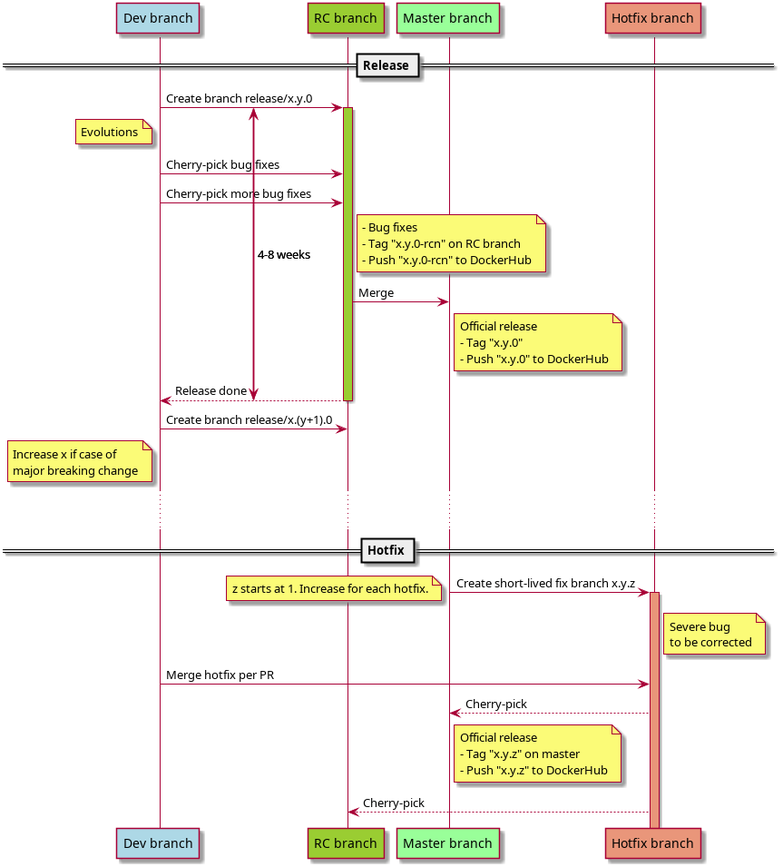
DefectDojo/django-DefectDojo keeps this PlantUML diagram as doc/branching_model.png. Above is the earlier version.
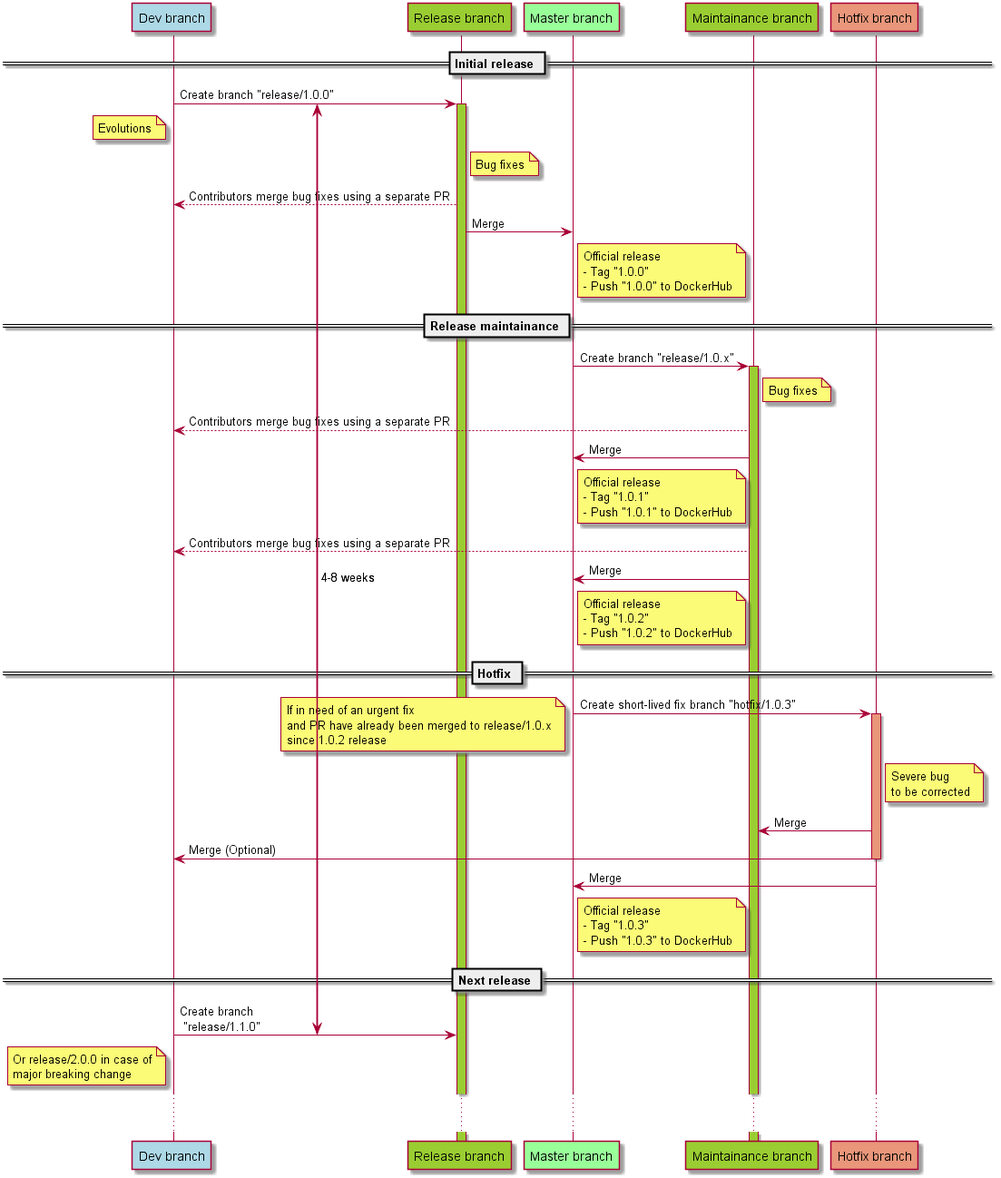
The same file after the commit.

Commit message:
change release flow so that moderators needs to merge rather than che… (#2494)

Diff of the diagram source:
```diff
@@ -1,13 +1,14 @@
 @startuml
 !pragma teoz true
 
-== Release ==
+== Initial release ==
 participant "Dev branch" as devbranch order 10 #LightBlue
-participant "RC branch" as rcbranch order 20 #YellowGreen
+participant "Release branch" as rlsbranch order 20 #YellowGreen
 participant "Master branch" as master order 30 #99FF99
+participant "Maintainance branch" as maintainbranch order 40 #YellowGreen
 participant "Hotfix branch" as hotbranch order 40 #DarkSalmon
 
-{startrc} devbranch -> rcbranch ++ #YellowGreen: Create branch release/x.y.0
+{startrc} devbranch -> rlsbranch ++ #YellowGreen: Create branch "release/1.0.0"
 
 
 note left of devbranch
@@ -15,54 +16,80 @@
 end note
 
 
-rcbranch <- devbranch: Cherry-pick bug fixes
-rcbranch <- devbranch: Cherry-pick more bug fixes
+note right of rlsbranch
+  Bug fixes
+end note
+
+rlsbranch --> devbranch: Contributors merge bug fixes using a separate PR
 
 
-note right of rcbranch
-  - Bug fixes
-  - Tag "x.y.0-rcn" on RC branch
-  - Push "x.y.0-rcn" to DockerHub
+
+rlsbranch -> master: Merge
+note right of master
+    Official release
+    - Tag "1.0.0"
+    - Push "1.0.0" to DockerHub
 end note
 
+== Release maintainance ==
+master -> maintainbranch ++ #YellowGreen: Create branch "release/1.0.x"
 
-rcbranch -> master: Merge
+note right of maintainbranch
+  Bug fixes
+end note
+
+maintainbranch --> devbranch: Contributors merge bug fixes using a separate PR
+
+
+maintainbranch -> master: Merge
 note right of master
     Official release
-    - Tag "x.y.0"
-    - Push "x.y.0" to DockerHub
+    - Tag "1.0.1"
+    - Push "1.0.1" to DockerHub
 end note
 
-{endrc} rcbranch --> devbranch --: Release done
+maintainbranch --> devbranch: Contributors merge bug fixes using a separate PR
 
-devbranch -> rcbranch: Create branch release/x.(y+1).0
-note left of devbranch
-  Increase x if case of
-  major breaking change
+maintainbranch -> master: Merge
+note right of master
+    Official release
+    - Tag "1.0.2"
+    - Push "1.0.2" to DockerHub
 end note
-
-
-... ...
-{startrc} <-> {endrc}: 4-8 weeks
 
 == Hotfix ==
 
-master -> hotbranch ++ #DarkSalmon: Create short-lived fix branch x.y.z
+master -> hotbranch ++ #DarkSalmon: Create short-lived fix branch "hotfix/1.0.3"
 note left
-z starts at 1. Increase for each hotfix.
+If in need of an urgent fix
+and PR have already been merged to release/1.0.x
+since 1.0.2 release
 end note
 
 note right of hotbranch
     Severe bug
     to be corrected
 end note
-hotbranch <- devbranch --: Merge hotfix per PR
-hotbranch --> master: Cherry-pick
+
+hotbranch -> maintainbranch: Merge
+hotbranch -> devbranch --: Merge (Optional)
+hotbranch -> master --: Merge
 note right of master
     Official release
-    - Tag "x.y.z" on master
-    - Push "x.y.z" to DockerHub
+    - Tag "1.0.3"
+    - Push "1.0.3" to DockerHub
 end note
-hotbranch --> rcbranch: Cherry-pick
+
+== Next release ==
+{endrc} devbranch -> rlsbranch: Create branch\n "release/1.1.0"
+note left of devbranch
+  Or release/2.0.0 in case of
+  major breaking change
+end note
+
+
+... ...
+{startrc} <-> {endrc}: \n4-8 weeks
+
 
 @enduml
```
